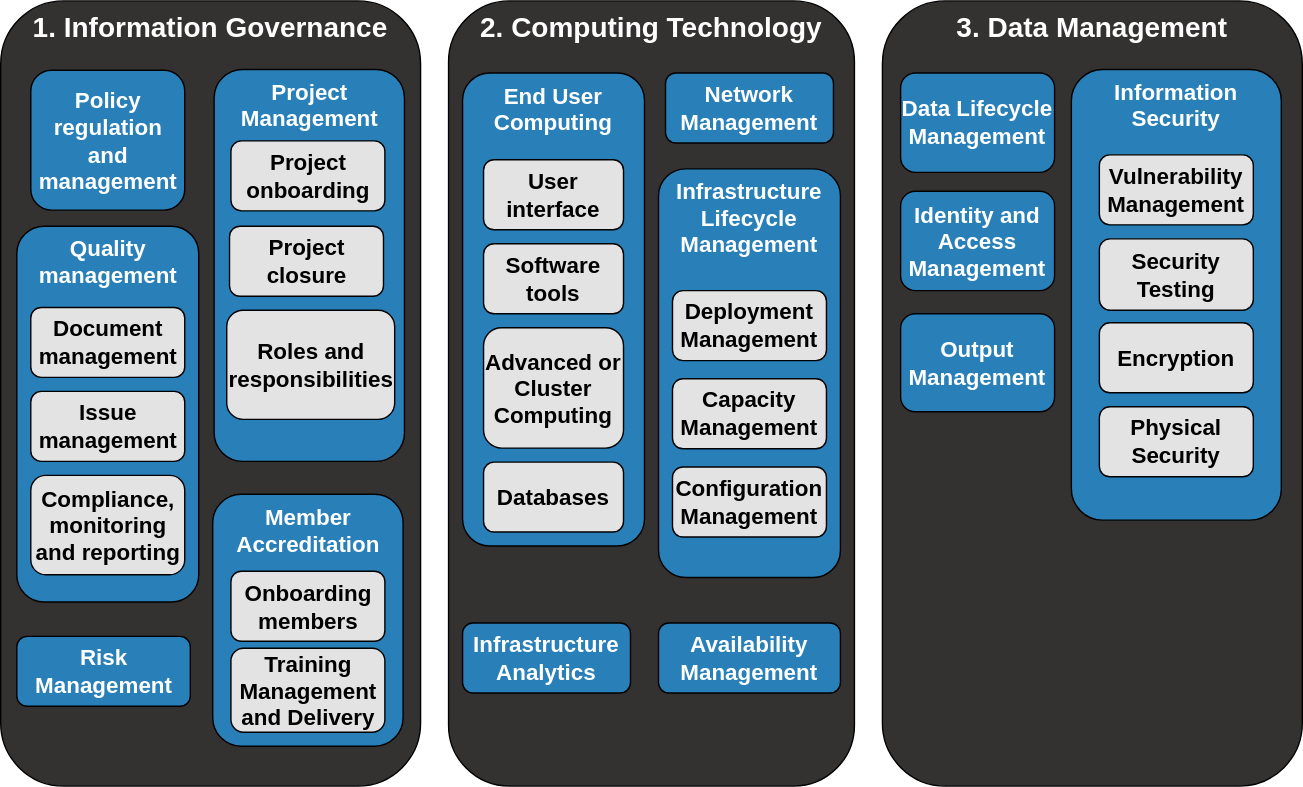
Above: docs/images/Capability_Map/full.drawio.svg in sa-tre/satre-specification (draw.io), before the change. Source tidied: cells renumbered, new cells last; positions are measured from the earlier drawing's top-left corner, leaving out a move shared by most shapes.
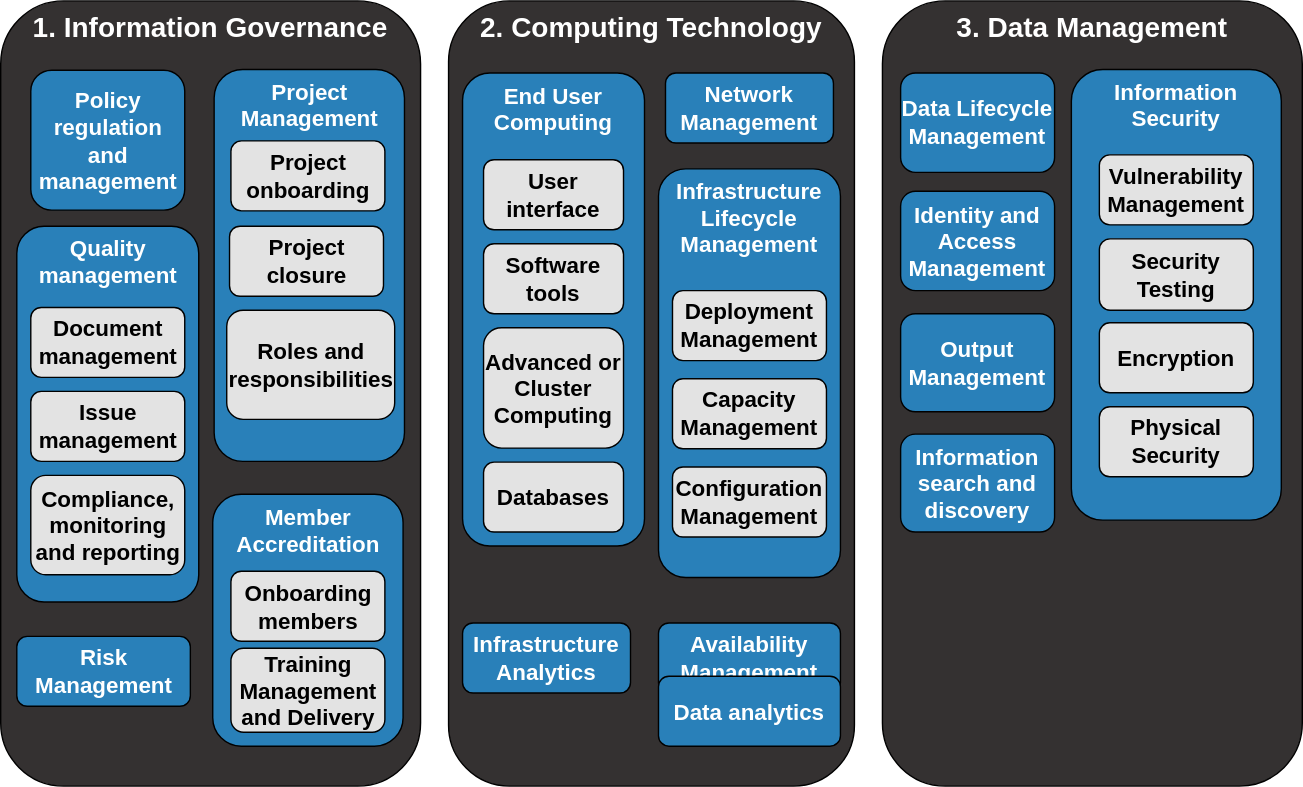
The same diagram one commit later.

Commit message:
restore info search

Change to the diagram source:
```diff
@@ -110,5 +110,11 @@
     <mxCell id="37" value="&lt;font style=&quot;font-size: 16px;&quot;&gt;Availability Management&lt;/font&gt;" style="rounded=1;whiteSpace=wrap;html=1;fillColor=#2980B9;strokeColor=#000000;fontSize=16;fontStyle=1;fontColor=#FFFFFF;" parent="1" vertex="1">
       <mxGeometry x="470" y="444.5" width="130" height="50" as="geometry" />
     </mxCell>
+    <mxCell id="38" value="&lt;font style=&quot;font-size: 16px;&quot;&gt;Data analytics&lt;/font&gt;" style="rounded=1;whiteSpace=wrap;html=1;fillColor=#2980B9;strokeColor=#000000;fontSize=16;fontStyle=1;fontColor=#FFFFFF;" parent="1" vertex="1">
+      <mxGeometry x="470" y="482.5" width="130" height="50" as="geometry" />
+    </mxCell>
+    <mxCell id="39" value="&lt;font style=&quot;font-size: 16px;&quot;&gt;Information search and discovery&lt;/font&gt;" style="rounded=1;whiteSpace=wrap;html=1;fillColor=#2980B9;strokeColor=#000000;fontSize=16;fontStyle=1;fontColor=#FFFFFF;" parent="1" vertex="1">
+      <mxGeometry x="643" y="309.5" width="110" height="70" as="geometry" />
+    </mxCell>
   </root>
 </mxGraphModel>
```
